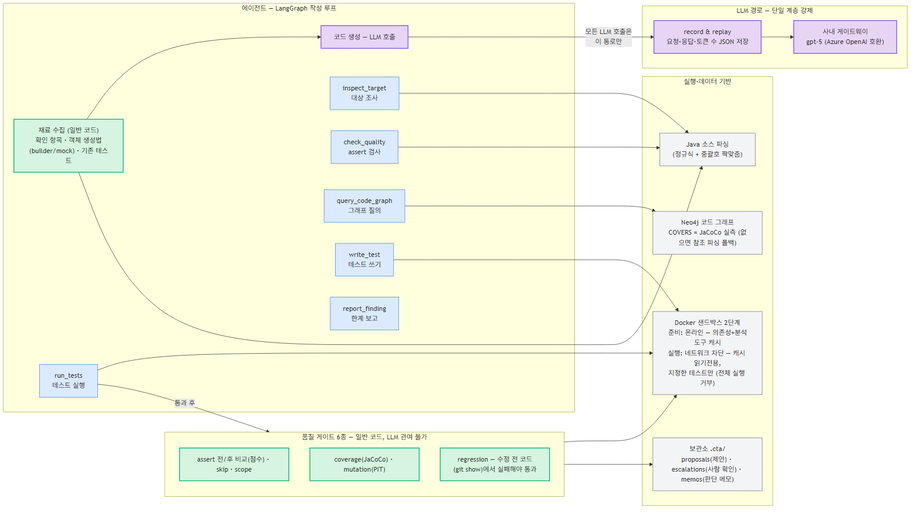
Above: docs/제출자료/images/tools.png in parksanghyeop/skax-master-project (Mermaid), before the change. Its source is kept beside it as docs/제출자료/diagrams/tools.mmd.
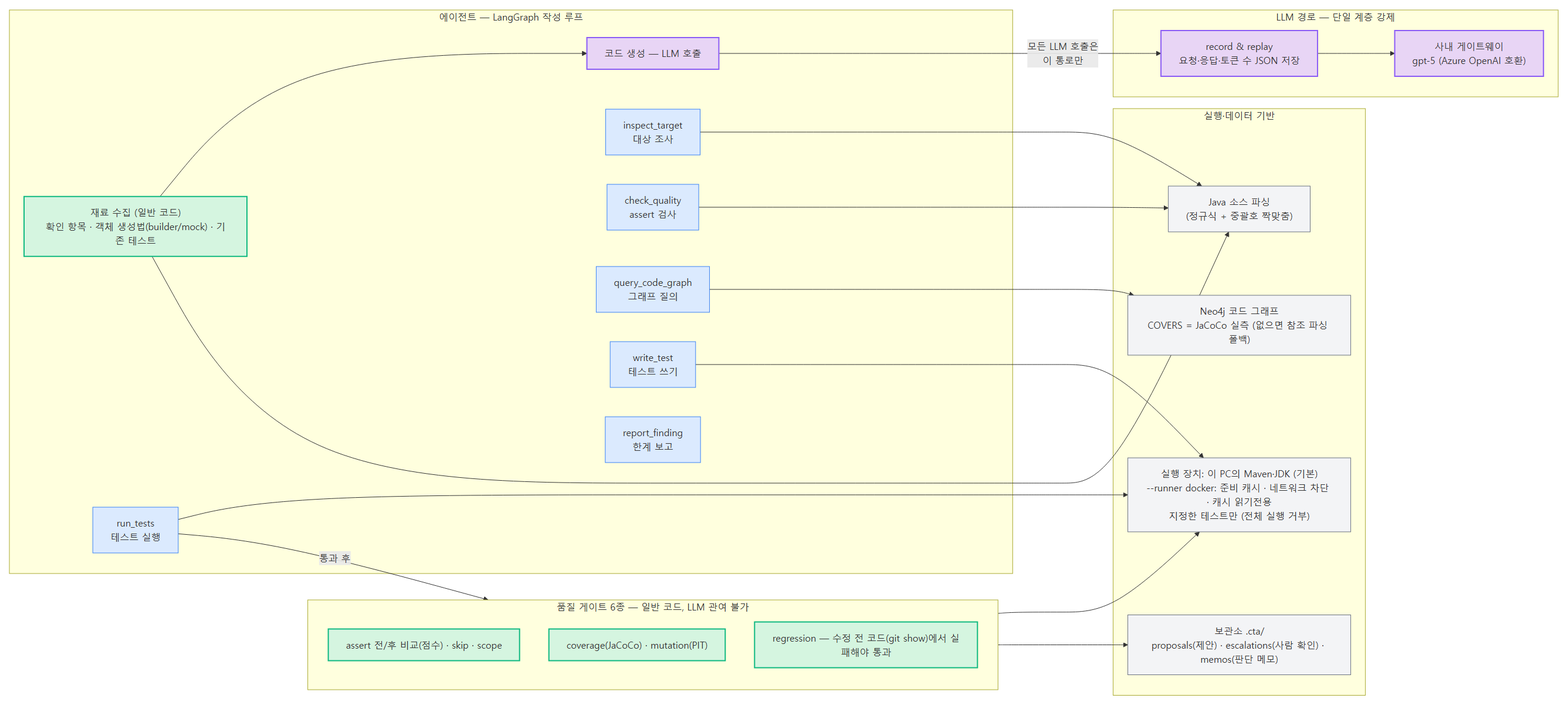
The same file after the commit.

What changed in the source:
```diff
@@ -28,7 +28,7 @@
         direction TB
         SRC["Java 소스 파싱<br/>(정규식 + 중괄호 짝맞춤)"]
         NEO["Neo4j 코드 그래프<br/>COVERS = JaCoCo 실측 (없으면 참조 파싱 폴백)"]
-        SBX["Docker 샌드박스 2단계<br/>준비: 온라인 — 의존성+분석도구 캐시<br/>실행: 네트워크 차단 — 캐시 읽기전용,<br/>지정한 테스트만 (전체 실행 거부)"]
+        SBX["실행 장치: 이 PC의 Maven·JDK (기본)<br/>--runner docker: 준비 캐시 · 네트워크 차단 · 캐시 읽기전용<br/>지정한 테스트만 (전체 실행 거부)"]
         STORE["보관소 .cta/<br/>proposals(제안) · escalations(사람 확인) · memos(판단 메모)"]
     end
 
```
